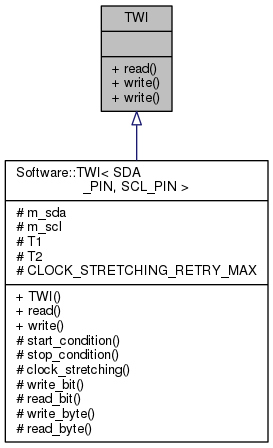
This is Arduino-TWI/d5/d3f/classTWI__inherit__graph.png from mikaelpatel/mikaelpatel.github.io, a Graphviz export, as it was before one commit. Its source is kept beside it as Arduino-TWI/d5/d3f/classTWI__inherit__graph.dot. Its diagram source:
```dot
digraph "TWI"
{
  edge [fontname="Helvetica",fontsize="10",labelfontname="Helvetica",labelfontsize="10"];
  node [fontname="Helvetica",fontsize="10",shape=record];
  Node1 [label="{TWI\n||+ read()\l+ write()\l+ write()\l}",height=0.2,width=0.4,color="black", fillcolor="grey75", style="filled", fontcolor="black"];
  Node1 -> Node2 [dir="back",color="midnightblue",fontsize="10",style="solid",arrowtail="onormal",fontname="Helvetica"];
  Node2 [label="{Software::TWI\< SDA\l_PIN, SCL_PIN \>\n|# m_sda\l# m_scl\l# T1\l# T2\l# CLOCK_STRETCHING_RETRY_MAX\l|+ TWI()\l+ read()\l+ write()\l# start_condition()\l# stop_condition()\l# clock_stretching()\l# write_bit()\l# read_bit()\l# write_byte()\l# read_byte()\l}",height=0.2,width=0.4,color="black", fillcolor="white", style="filled",URL="$d0/dd0/classSoftware_1_1TWI.html"];
}
```
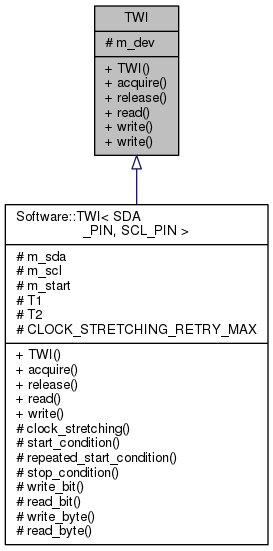
The same file after the commit.

Diff of the diagram source:
```diff
@@ -2,7 +2,7 @@
 {
   edge [fontname="Helvetica",fontsize="10",labelfontname="Helvetica",labelfontsize="10"];
   node [fontname="Helvetica",fontsize="10",shape=record];
-  Node1 [label="{TWI\n||+ read()\l+ write()\l+ write()\l}",height=0.2,width=0.4,color="black", fillcolor="grey75", style="filled", fontcolor="black"];
+  Node1 [label="{TWI\n|# m_dev\l|+ TWI()\l+ acquire()\l+ release()\l+ read()\l+ write()\l+ write()\l}",height=0.2,width=0.4,color="black", fillcolor="grey75", style="filled", fontcolor="black"];
   Node1 -> Node2 [dir="back",color="midnightblue",fontsize="10",style="solid",arrowtail="onormal",fontname="Helvetica"];
-  Node2 [label="{Software::TWI\< SDA\l_PIN, SCL_PIN \>\n|# m_sda\l# m_scl\l# T1\l# T2\l# CLOCK_STRETCHING_RETRY_MAX\l|+ TWI()\l+ read()\l+ write()\l# start_condition()\l# stop_condition()\l# clock_stretching()\l# write_bit()\l# read_bit()\l# write_byte()\l# read_byte()\l}",height=0.2,width=0.4,color="black", fillcolor="white", style="filled",URL="$d0/dd0/classSoftware_1_1TWI.html"];
+  Node2 [label="{Software::TWI\< SDA\l_PIN, SCL_PIN \>\n|# m_sda\l# m_scl\l# m_start\l# T1\l# T2\l# CLOCK_STRETCHING_RETRY_MAX\l|+ TWI()\l+ acquire()\l+ release()\l+ read()\l+ write()\l# clock_stretching()\l# start_condition()\l# repeated_start_condition()\l# stop_condition()\l# write_bit()\l# read_bit()\l# write_byte()\l# read_byte()\l}",height=0.2,width=0.4,color="black", fillcolor="white", style="filled",URL="$d0/dd0/classSoftware_1_1TWI.html"];
 }
```
